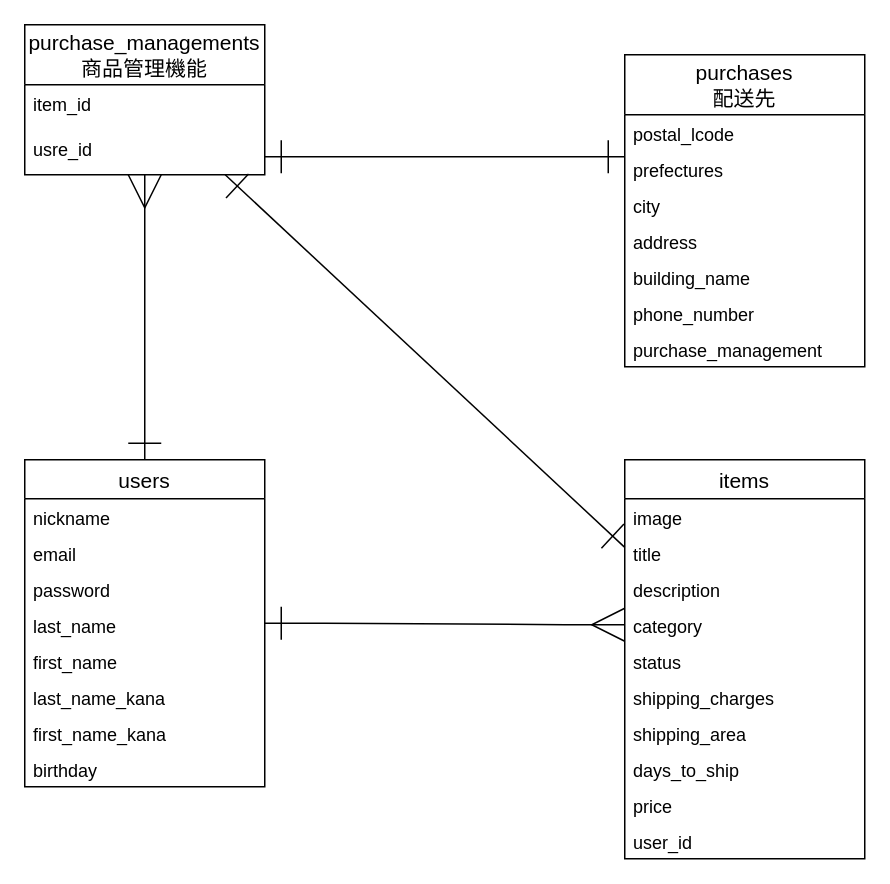
uuutah/furima-33384 keeps this draw.io diagram as furima.dio. Above is the earlier version. Source tidied: cells renumbered, new cells numbered last; positions are measured from the earlier drawing's top-left corner, leaving out a move shared by most shapes. Both pictures are drawn from the tidied source at 150%, with x=0, y=0 at pixel (24, 24).
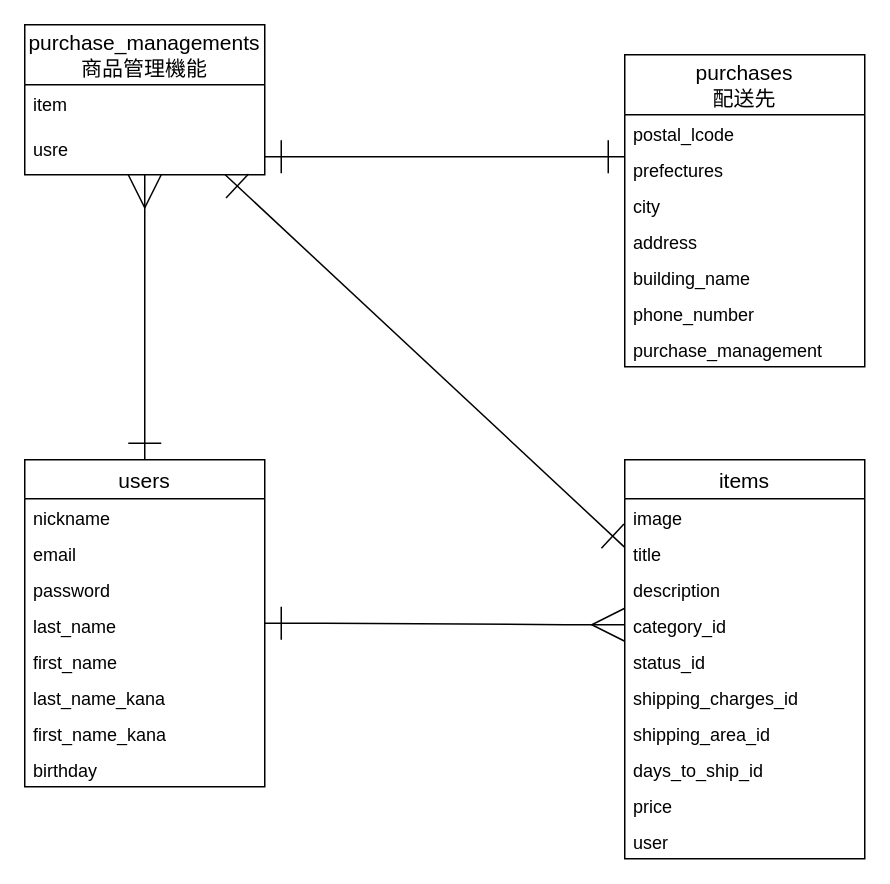
The same diagram, later.

The change refers to these unchanged cells:
```xml
<mxCell id="13" value="items" style="swimlane;fontStyle=0;horizontal=1;startSize=26;align=center;fontSize=14;" parent="1" vertex="1">
  <mxGeometry x="400" y="290" width="160" height="266" as="geometry" />
</mxCell>
<mxCell id="34" value="purchase_managements&#10;商品管理機能" style="swimlane;fontStyle=0;horizontal=1;startSize=40;align=center;fontSize=14;" parent="1" vertex="1">
  <mxGeometry width="160" height="100" as="geometry" />
</mxCell>
```

What changed in the source:
```diff
@@
-    <mxCell id="17" value="category" style="text;strokeColor=none;fillColor=none;spacingLeft=4;spacingRight=4;overflow=hidden;points=[[0,0.5],[1,0.5]];portConstraint=eastwest;fontSize=12;" parent="13" vertex="1">
+    <mxCell id="17" value="category_id" style="text;strokeColor=none;fillColor=none;spacingLeft=4;spacingRight=4;overflow=hidden;points=[[0,0.5],[1,0.5]];portConstraint=eastwest;fontSize=12;" parent="13" vertex="1">
       <mxGeometry y="98" width="160" height="24" as="geometry" />
     </mxCell>
-    <mxCell id="18" value="status" style="text;strokeColor=none;fillColor=none;spacingLeft=4;spacingRight=4;overflow=hidden;fontSize=12;" parent="13" vertex="1">
+    <mxCell id="18" value="status_id" style="text;strokeColor=none;fillColor=none;spacingLeft=4;spacingRight=4;overflow=hidden;fontSize=12;" parent="13" vertex="1">
       <mxGeometry y="122" width="160" height="24" as="geometry" />
     </mxCell>
-    <mxCell id="19" value="shipping_charges" style="text;strokeColor=none;fillColor=none;spacingLeft=4;spacingRight=4;overflow=hidden;fontSize=12;" parent="13" vertex="1">
+    <mxCell id="19" value="shipping_charges_id" style="text;strokeColor=none;fillColor=none;spacingLeft=4;spacingRight=4;overflow=hidden;fontSize=12;" parent="13" vertex="1">
       <mxGeometry y="146" width="160" height="24" as="geometry" />
     </mxCell>
-    <mxCell id="20" value="shipping_area" style="text;strokeColor=none;fillColor=none;spacingLeft=4;spacingRight=4;overflow=hidden;fontSize=12;" parent="13" vertex="1">
+    <mxCell id="20" value="shipping_area_id" style="text;strokeColor=none;fillColor=none;spacingLeft=4;spacingRight=4;overflow=hidden;fontSize=12;" parent="13" vertex="1">
       <mxGeometry y="170" width="160" height="24" as="geometry" />
     </mxCell>
-    <mxCell id="21" value="days_to_ship" style="text;strokeColor=none;fillColor=none;spacingLeft=4;spacingRight=4;overflow=hidden;fontSize=12;" parent="13" vertex="1">
+    <mxCell id="21" value="days_to_ship_id" style="text;strokeColor=none;fillColor=none;spacingLeft=4;spacingRight=4;overflow=hidden;fontSize=12;" parent="13" vertex="1">
       <mxGeometry y="194" width="160" height="24" as="geometry" />
     </mxCell>
@@
-    <mxCell id="23" value="user_id" style="text;strokeColor=none;fillColor=none;spacingLeft=4;spacingRight=4;overflow=hidden;fontSize=12;" parent="13" vertex="1">
+    <mxCell id="23" value="user" style="text;strokeColor=none;fillColor=none;spacingLeft=4;spacingRight=4;overflow=hidden;fontSize=12;" parent="13" vertex="1">
       <mxGeometry y="242" width="160" height="24" as="geometry" />
     </mxCell>
@@
-    <mxCell id="35" value="item_id" style="text;strokeColor=none;fillColor=none;spacingLeft=4;spacingRight=4;overflow=hidden;fontSize=12;" parent="34" vertex="1">
+    <mxCell id="35" value="item" style="text;strokeColor=none;fillColor=none;spacingLeft=4;spacingRight=4;overflow=hidden;fontSize=12;" parent="34" vertex="1">
       <mxGeometry y="40" width="160" height="30" as="geometry" />
     </mxCell>
-    <mxCell id="36" value="usre_id" style="text;strokeColor=none;fillColor=none;spacingLeft=4;spacingRight=4;overflow=hidden;fontSize=12;" parent="34" vertex="1">
+    <mxCell id="36" value="usre" style="text;strokeColor=none;fillColor=none;spacingLeft=4;spacingRight=4;overflow=hidden;fontSize=12;" parent="34" vertex="1">
       <mxGeometry y="70" width="160" height="30" as="geometry" />
     </mxCell>
```
